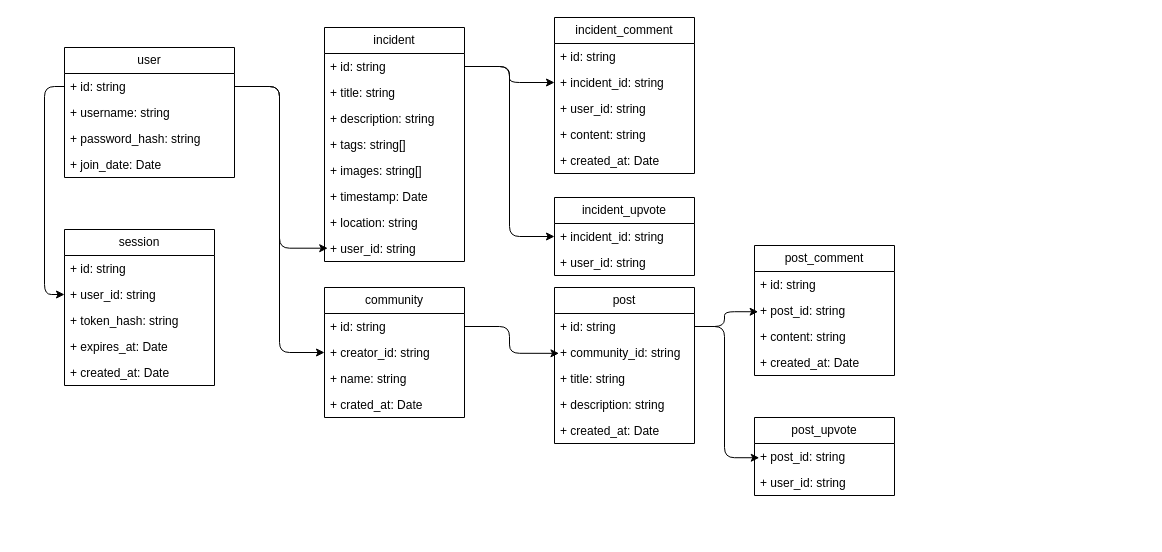
astudentinearth/lumin.social keeps this draw.io diagram as model.drawio. Above is the earlier version. Source tidied: cells renumbered, new cells numbered last; positions are measured from the earlier drawing's top-left corner, leaving out a move shared by most shapes. Both pictures are drawn from the tidied source at 100%, with x=0, y=0 at pixel (44, 17).
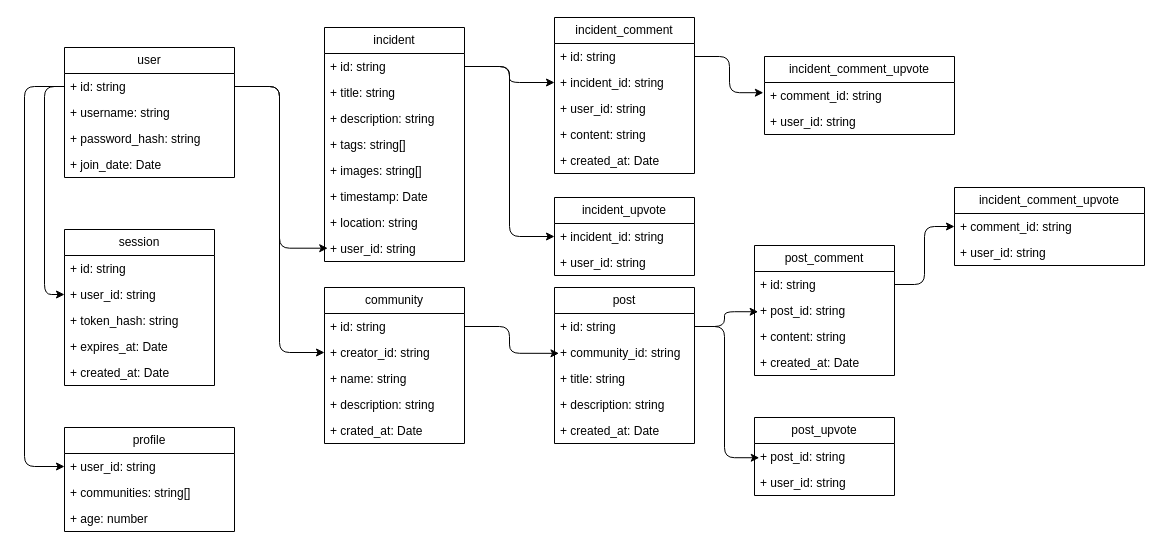
The same diagram, later.

Unchanged cells that the change refers to:
```xml
<mxCell id="3" value="+ id: string" style="text;strokeColor=none;fillColor=none;align=left;verticalAlign=top;spacingLeft=4;spacingRight=4;overflow=hidden;points=[[0,0.5],[1,0.5]];portConstraint=eastwest;whiteSpace=wrap;html=1;" parent="2" vertex="1">
  <mxGeometry y="26" width="170" height="26" as="geometry" />
</mxCell>
<mxCell id="17" value="+ id: string" style="text;strokeColor=none;fillColor=none;align=left;verticalAlign=top;spacingLeft=4;spacingRight=4;overflow=hidden;points=[[0,0.5],[1,0.5]];portConstraint=eastwest;whiteSpace=wrap;html=1;" parent="16" vertex="1">
  <mxGeometry y="26" width="140" height="26" as="geometry" />
</mxCell>
<mxCell id="42" value="+ id: string" style="text;strokeColor=none;fillColor=none;align=left;verticalAlign=top;spacingLeft=4;spacingRight=4;overflow=hidden;points=[[0,0.5],[1,0.5]];portConstraint=eastwest;whiteSpace=wrap;html=1;" parent="41" vertex="1">
  <mxGeometry y="26" width="140" height="26" as="geometry" />
</mxCell>
```

The edit, as a diff of the source:
```diff
@@
     <mxCell id="28" value="community" style="swimlane;fontStyle=0;horizontal=1;startSize=26;fillColor=none;whiteSpace=wrap;html=1;" parent="1" vertex="1">
-      <mxGeometry x="280" y="270" width="140" height="130" as="geometry" />
+      <mxGeometry x="280" y="270" width="140" height="156" as="geometry" />
     </mxCell>
@@
+    <mxCell id="58" value="+ description: string" style="text;strokeColor=none;fillColor=none;align=left;verticalAlign=top;spacingLeft=4;spacingRight=4;overflow=hidden;whiteSpace=wrap;html=1;" parent="28" vertex="1">
+      <mxGeometry y="104" width="140" height="26" as="geometry" />
+    </mxCell>
     <mxCell id="32" value="+ crated_at: Date" style="text;strokeColor=none;fillColor=none;align=left;verticalAlign=top;spacingLeft=4;spacingRight=4;overflow=hidden;whiteSpace=wrap;html=1;" parent="28" vertex="1">
-      <mxGeometry y="104" width="140" height="26" as="geometry" />
+      <mxGeometry y="130" width="140" height="26" as="geometry" />
     </mxCell>
@@
+    <mxCell id="59" value="profile" style="swimlane;fontStyle=0;horizontal=1;startSize=26;fillColor=none;whiteSpace=wrap;html=1;" parent="1" vertex="1">
+      <mxGeometry x="20" y="410" width="170" height="104" as="geometry" />
+    </mxCell>
+    <mxCell id="60" value="+ user_id: string" style="text;strokeColor=none;fillColor=none;align=left;verticalAlign=top;spacingLeft=4;spacingRight=4;overflow=hidden;points=[[0,0.5],[1,0.5]];portConstraint=eastwest;whiteSpace=wrap;html=1;" parent="59" vertex="1">
+      <mxGeometry y="26" width="170" height="26" as="geometry" />
+    </mxCell>
+    <mxCell id="61" value="+ communities: string[]" style="text;strokeColor=none;fillColor=none;align=left;verticalAlign=top;spacingLeft=4;spacingRight=4;overflow=hidden;whiteSpace=wrap;html=1;" parent="59" vertex="1">
+      <mxGeometry y="52" width="170" height="26" as="geometry" />
+    </mxCell>
+    <mxCell id="62" value="+ age: number" style="text;strokeColor=none;fillColor=none;align=left;verticalAlign=top;spacingLeft=4;spacingRight=4;overflow=hidden;whiteSpace=wrap;html=1;" parent="59" vertex="1">
+      <mxGeometry y="78" width="170" height="26" as="geometry" />
+    </mxCell>
+    <mxCell id="63" style="edgeStyle=orthogonalEdgeStyle;html=1;entryX=0;entryY=0.5;entryDx=0;entryDy=0;" parent="1" edge="1" source="3" target="60">
+      <mxGeometry relative="1" as="geometry">
+        <Array as="points">
+          <mxPoint x="-20" y="69" />
+          <mxPoint x="-20" y="449" />
+        </Array>
+      </mxGeometry>
+    </mxCell>
+    <mxCell id="64" value="incident_comment_upvote" style="swimlane;fontStyle=0;horizontal=1;startSize=26;fillColor=none;whiteSpace=wrap;html=1;" parent="1" vertex="1">
+      <mxGeometry x="720" y="39" width="190" height="78" as="geometry" />
+    </mxCell>
+    <mxCell id="65" value="+ comment_id: string" style="text;strokeColor=none;fillColor=none;align=left;verticalAlign=top;spacingLeft=4;spacingRight=4;overflow=hidden;points=[[0,0.5],[1,0.5]];portConstraint=eastwest;whiteSpace=wrap;html=1;" parent="64" vertex="1">
+      <mxGeometry y="26" width="190" height="26" as="geometry" />
+    </mxCell>
+    <mxCell id="66" value="+ user_id: string" style="text;strokeColor=none;fillColor=none;align=left;verticalAlign=top;spacingLeft=4;spacingRight=4;overflow=hidden;whiteSpace=wrap;html=1;" parent="64" vertex="1">
+      <mxGeometry y="52" width="190" height="26" as="geometry" />
+    </mxCell>
+    <mxCell id="67" style="edgeStyle=orthogonalEdgeStyle;html=1;entryX=-0.006;entryY=0.392;entryDx=0;entryDy=0;entryPerimeter=0;" parent="1" edge="1" source="17" target="65">
+      <mxGeometry relative="1" as="geometry" />
+    </mxCell>
+    <mxCell id="68" value="incident_comment_upvote" style="swimlane;fontStyle=0;horizontal=1;startSize=26;fillColor=none;whiteSpace=wrap;html=1;" parent="1" vertex="1">
+      <mxGeometry x="910" y="170" width="190" height="78" as="geometry" />
+    </mxCell>
+    <mxCell id="69" value="+ comment_id: string" style="text;strokeColor=none;fillColor=none;align=left;verticalAlign=top;spacingLeft=4;spacingRight=4;overflow=hidden;points=[[0,0.5],[1,0.5]];portConstraint=eastwest;whiteSpace=wrap;html=1;" parent="68" vertex="1">
+      <mxGeometry y="26" width="190" height="26" as="geometry" />
+    </mxCell>
+    <mxCell id="70" value="+ user_id: string" style="text;strokeColor=none;fillColor=none;align=left;verticalAlign=top;spacingLeft=4;spacingRight=4;overflow=hidden;whiteSpace=wrap;html=1;" parent="68" vertex="1">
+      <mxGeometry y="52" width="190" height="26" as="geometry" />
+    </mxCell>
+    <mxCell id="71" style="edgeStyle=orthogonalEdgeStyle;html=1;entryX=0;entryY=0.5;entryDx=0;entryDy=0;" parent="1" edge="1" source="42" target="69">
+      <mxGeometry relative="1" as="geometry" />
+    </mxCell>
```
